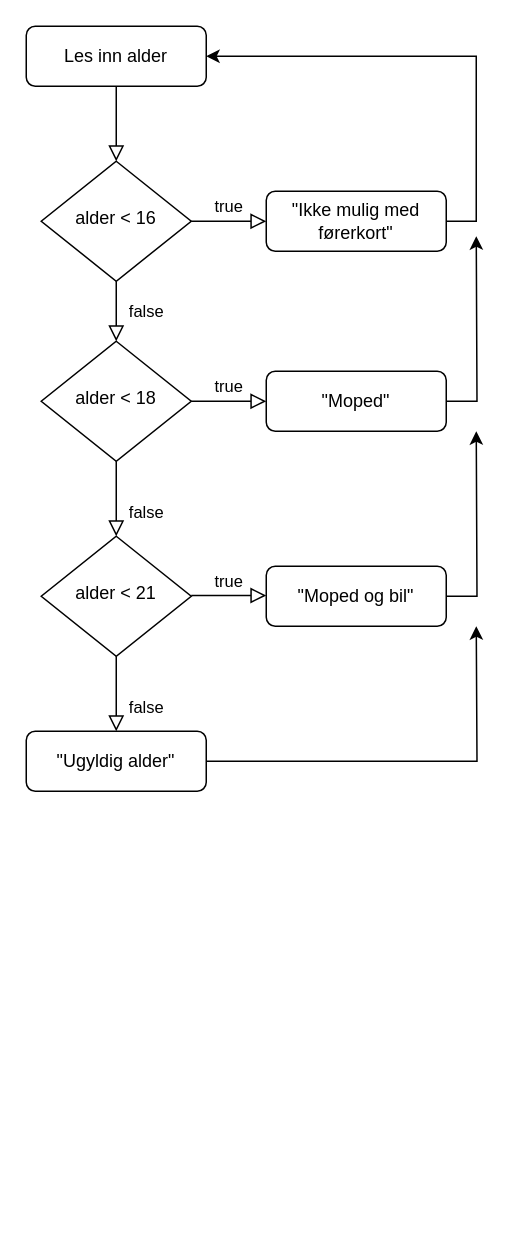
The draw.io diagram oppgaver/løsningsforslag/ifelse-førerkort/flytskjema - førerkort.drawio in LilleAila/it1-oppgavesamling, before the edit. Source tidied: cells renumbered, new cells numbered last; positions are measured from the earlier drawing's top-left corner, leaving out a move shared by most shapes. Both pictures are drawn from the tidied source at 150%, with x=0, y=0 at pixel (26, 26).
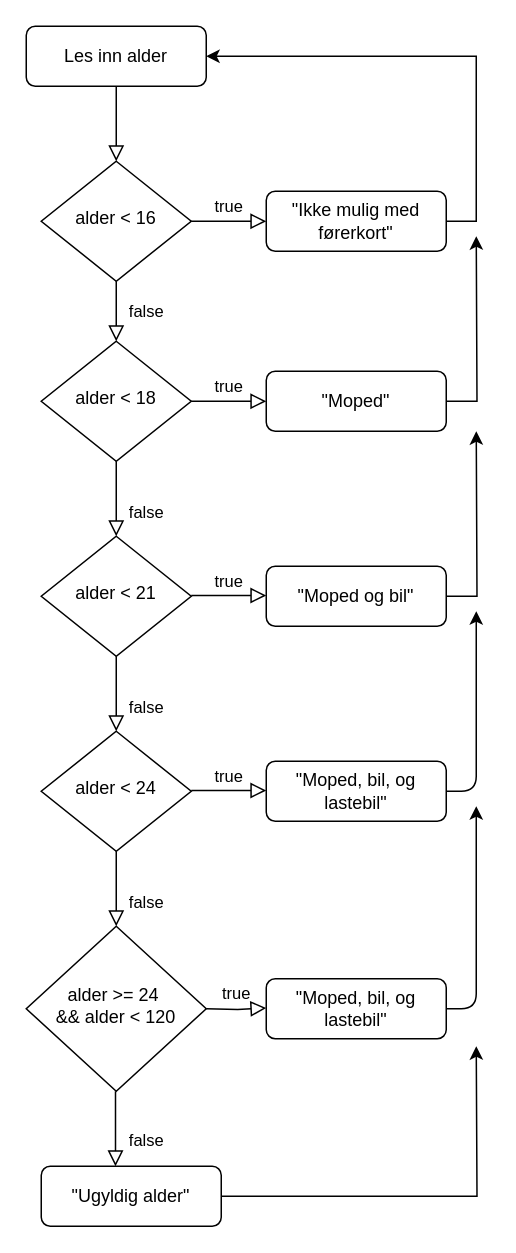
The same diagram, later.

Change to the diagram source:
```diff
@@
     <mxCell id="19" style="edgeStyle=orthogonalEdgeStyle;rounded=0;jettySize=auto;html=1;" parent="1" edge="1" source="20">
       <mxGeometry relative="1" as="geometry">
-        <mxPoint x="300" y="400" as="targetPoint" />
+        <mxPoint x="300" y="680" as="targetPoint" />
       </mxGeometry>
     </mxCell>
     <mxCell id="20" value="&quot;Ugyldig alder&quot;" style="rounded=1;whiteSpace=wrap;html=1;fontSize=12;glass=0;strokeWidth=1;shadow=0;" parent="1" vertex="1">
-      <mxGeometry y="470" width="120" height="40" as="geometry" />
+      <mxGeometry x="10" y="760" width="120" height="40" as="geometry" />
     </mxCell>
+    <mxCell id="21" value="false" style="rounded=0;html=1;jettySize=auto;fontSize=11;endArrow=block;endFill=0;endSize=8;strokeWidth=1;shadow=0;labelBackgroundColor=none;edgeStyle=orthogonalEdgeStyle;" parent="1" edge="1" source="22">
+      <mxGeometry x="0.33" y="20" relative="1" as="geometry">
+        <mxPoint x="60" y="600" as="targetPoint" />
+      </mxGeometry>
+    </mxCell>
+    <mxCell id="22" value="alder &amp;lt; 24" style="rhombus;whiteSpace=wrap;html=1;shadow=0;fontFamily=Helvetica;fontSize=12;align=center;strokeWidth=1;spacing=6;spacingTop=-4;" parent="1" vertex="1">
+      <mxGeometry x="10" y="470" width="100" height="80" as="geometry" />
+    </mxCell>
+    <mxCell id="23" value="true" style="edgeStyle=orthogonalEdgeStyle;rounded=0;html=1;jettySize=auto;orthogonalLoop=1;fontSize=11;endArrow=block;endFill=0;endSize=8;strokeWidth=1;shadow=0;labelBackgroundColor=none;" parent="1" edge="1">
+      <mxGeometry y="10" relative="1" as="geometry">
+        <mxPoint x="110" y="509.5" as="sourcePoint" />
+        <mxPoint x="160" y="509.5" as="targetPoint" />
+      </mxGeometry>
+    </mxCell>
+    <mxCell id="24" style="edgeStyle=none;html=1;exitX=1;exitY=0.5;exitDx=0;exitDy=0;" parent="1" edge="1" source="25">
+      <mxGeometry relative="1" as="geometry">
+        <mxPoint x="300" y="390" as="targetPoint" />
+        <Array as="points">
+          <mxPoint x="300" y="510" />
+        </Array>
+      </mxGeometry>
+    </mxCell>
+    <mxCell id="25" value="&quot;Moped, bil, og lastebil&quot;" style="rounded=1;whiteSpace=wrap;html=1;fontSize=12;glass=0;strokeWidth=1;shadow=0;" parent="1" vertex="1">
+      <mxGeometry x="160" y="490" width="120" height="40" as="geometry" />
+    </mxCell>
+    <mxCell id="26" value="alder &amp;gt;= 24&amp;nbsp;&lt;div&gt;&amp;amp;&amp;amp; alder &amp;lt; 120&lt;/div&gt;" style="rhombus;whiteSpace=wrap;html=1;shadow=0;fontFamily=Helvetica;fontSize=12;align=center;strokeWidth=1;spacing=6;spacingTop=-4;" parent="1" vertex="1">
+      <mxGeometry y="600" width="120" height="110" as="geometry" />
+    </mxCell>
+    <mxCell id="27" value="true" style="edgeStyle=orthogonalEdgeStyle;rounded=0;html=1;jettySize=auto;orthogonalLoop=1;fontSize=11;endArrow=block;endFill=0;endSize=8;strokeWidth=1;shadow=0;labelBackgroundColor=none;" parent="1" edge="1">
+      <mxGeometry y="10" relative="1" as="geometry">
+        <mxPoint x="120" y="655" as="sourcePoint" />
+        <mxPoint x="160" y="654.5" as="targetPoint" />
+      </mxGeometry>
+    </mxCell>
+    <mxCell id="28" style="edgeStyle=none;html=1;exitX=1;exitY=0.5;exitDx=0;exitDy=0;" parent="1" edge="1" source="29">
+      <mxGeometry relative="1" as="geometry">
+        <mxPoint x="300" y="520" as="targetPoint" />
+        <Array as="points">
+          <mxPoint x="300" y="655" />
+        </Array>
+      </mxGeometry>
+    </mxCell>
+    <mxCell id="29" value="&quot;Moped, bil, og lastebil&quot;" style="rounded=1;whiteSpace=wrap;html=1;fontSize=12;glass=0;strokeWidth=1;shadow=0;" parent="1" vertex="1">
+      <mxGeometry x="160" y="635" width="120" height="40" as="geometry" />
+    </mxCell>
+    <mxCell id="30" value="false" style="rounded=0;html=1;jettySize=auto;orthogonalLoop=1;fontSize=11;endArrow=block;endFill=0;endSize=8;strokeWidth=1;shadow=0;labelBackgroundColor=none;edgeStyle=orthogonalEdgeStyle;" parent="1" edge="1">
+      <mxGeometry x="0.33" y="20" relative="1" as="geometry">
+        <mxPoint x="59.5" y="710" as="sourcePoint" />
+        <mxPoint x="59.5" y="760" as="targetPoint" />
+      </mxGeometry>
+    </mxCell>
```
